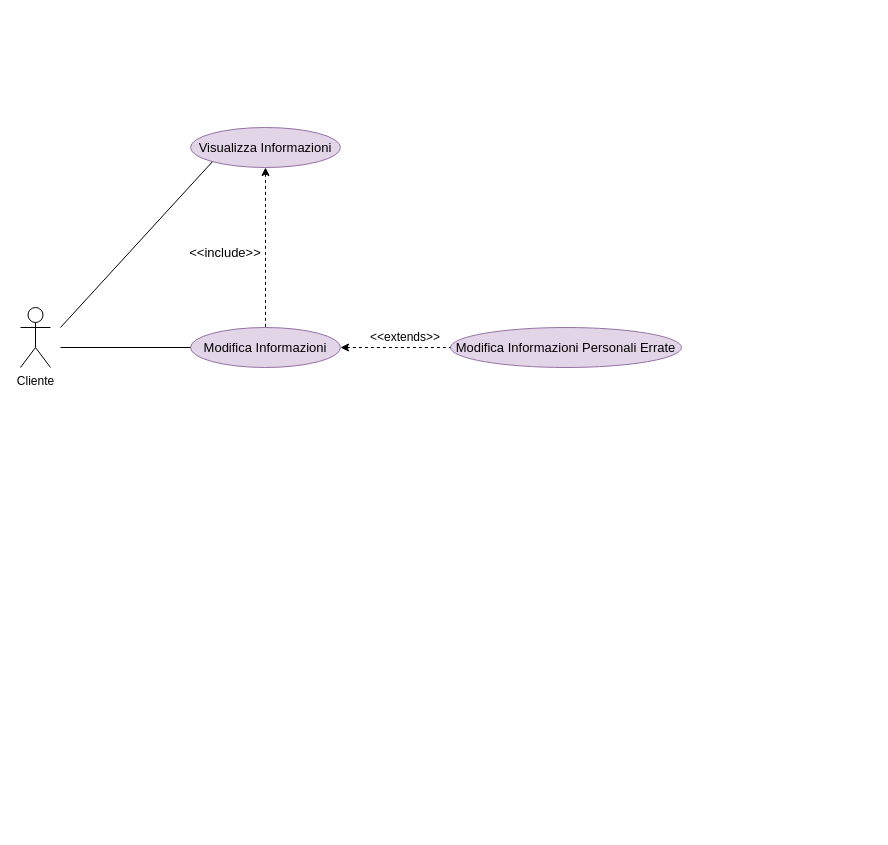
Above: 2021-11-11/Schemi/Use Cases/Gestione Account.drawio in is-shodan-20-21/docs (draw.io), before the change. Source tidied: cells renumbered, new cells numbered last; positions are measured from the earlier drawing's top-left corner, leaving out a move shared by most shapes. Both pictures are drawn from the tidied source at 100%, with x=0, y=0 at pixel (20, 127).
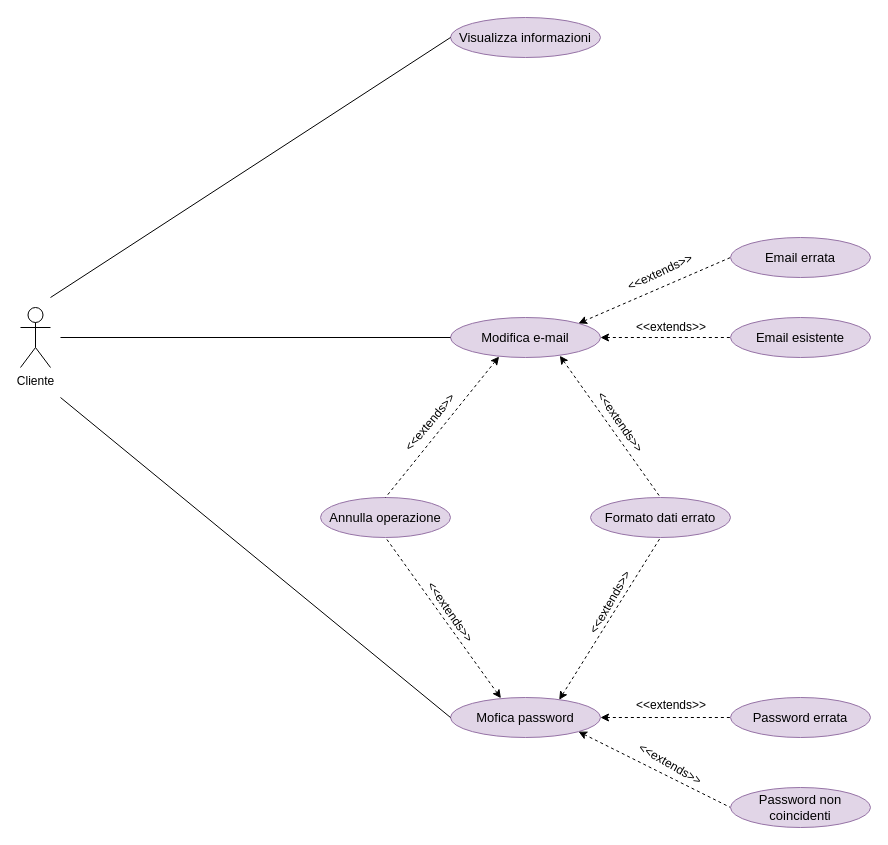
After the change.

Commit message (it also covers changes not shown here):
Fixed use case account management

Change to the diagram source:
```diff
@@
-    <mxCell id="3" value="&lt;font style=&quot;font-size: 13px&quot;&gt;Modifica Informazioni&lt;/font&gt;" style="ellipse;whiteSpace=wrap;html=1;fillColor=#e1d5e7;strokeColor=#9673a6;" parent="1" vertex="1">
-      <mxGeometry x="170" y="200" width="150" height="40" as="geometry" />
+    <mxCell id="3" value="&lt;font style=&quot;font-size: 13px&quot;&gt;Modifica e-mail&lt;/font&gt;" style="ellipse;whiteSpace=wrap;html=1;fillColor=#e1d5e7;strokeColor=#9673a6;" parent="1" vertex="1">
+      <mxGeometry x="430" y="190" width="150" height="40" as="geometry" />
     </mxCell>
-    <mxCell id="4" value="&lt;font style=&quot;font-size: 13px&quot;&gt;Visualizza Informazioni&lt;/font&gt;" style="ellipse;whiteSpace=wrap;html=1;fillColor=#e1d5e7;strokeColor=#9673a6;" parent="1" vertex="1">
-      <mxGeometry x="170" width="150" height="40" as="geometry" />
+    <mxCell id="4" value="&lt;font style=&quot;font-size: 13px&quot;&gt;Visualizza informazioni&lt;/font&gt;" style="ellipse;whiteSpace=wrap;html=1;fillColor=#e1d5e7;strokeColor=#9673a6;" parent="1" vertex="1">
+      <mxGeometry x="430" y="-110" width="150" height="40" as="geometry" />
     </mxCell>
     <mxCell id="5" style="endArrow=none;html=1;rounded=0;fontSize=9;entryX=0;entryY=0.5;entryDx=0;entryDy=0;" parent="1" edge="1" target="3">
       <mxGeometry relative="1" as="geometry">
-        <mxPoint x="40" y="220" as="sourcePoint" />
+        <mxPoint x="40" y="210" as="sourcePoint" />
       </mxGeometry>
     </mxCell>
-    <mxCell id="6" style="endArrow=none;html=1;rounded=0;fontSize=9;entryX=0;entryY=1;entryDx=0;entryDy=0;" parent="1" edge="1" target="4">
+    <mxCell id="6" style="endArrow=none;html=1;rounded=0;fontSize=9;entryX=0;entryY=0.5;entryDx=0;entryDy=0;" parent="1" edge="1" target="4">
       <mxGeometry relative="1" as="geometry">
-        <mxPoint x="40" y="200" as="sourcePoint" />
+        <mxPoint x="30" y="170" as="sourcePoint" />
       </mxGeometry>
     </mxCell>
-    <mxCell id="7" style="endArrow=none;dashed=1;html=1;rounded=0;fontSize=9;jumpStyle=none;startArrow=classic;startFill=1;exitX=0.5;exitY=1;exitDx=0;exitDy=0;" parent="1" edge="1" source="4" target="3">
-      <mxGeometry relative="1" as="geometry" />
-    </mxCell>
-    <mxCell id="8" value="&lt;font style=&quot;font-size: 13px&quot;&gt;Modifica Informazioni Personali Errate&lt;/font&gt;" style="ellipse;whiteSpace=wrap;html=1;fillColor=#e1d5e7;strokeColor=#9673a6;" parent="1" vertex="1">
-      <mxGeometry x="430" y="200" width="231" height="40" as="geometry" />
+    <mxCell id="8" value="&lt;font style=&quot;font-size: 13px&quot;&gt;Formato dati errato&lt;/font&gt;" style="ellipse;whiteSpace=wrap;html=1;fillColor=#e1d5e7;strokeColor=#9673a6;" parent="1" vertex="1">
+      <mxGeometry x="570" y="370" width="140" height="40" as="geometry" />
     </mxCell>
+    <mxCell id="12" value="&lt;font style=&quot;font-size: 13px&quot;&gt;Mofica password&lt;/font&gt;" style="ellipse;whiteSpace=wrap;html=1;fillColor=#e1d5e7;strokeColor=#9673a6;" parent="1" vertex="1">
+      <mxGeometry x="430" y="570" width="150" height="40" as="geometry" />
+    </mxCell>
+    <mxCell id="13" style="endArrow=none;html=1;rounded=0;fontSize=9;entryX=0;entryY=0.5;entryDx=0;entryDy=0;" parent="1" edge="1" target="12">
+      <mxGeometry relative="1" as="geometry">
+        <mxPoint x="40" y="270" as="sourcePoint" />
+      </mxGeometry>
+    </mxCell>
+    <mxCell id="14" style="endArrow=none;dashed=1;html=1;rounded=0;fontSize=9;jumpStyle=none;startArrow=classic;startFill=1;exitX=1;exitY=0.5;exitDx=0;exitDy=0;entryX=0;entryY=0.5;entryDx=0;entryDy=0;" parent="1" edge="1" source="3" target="15">
+      <mxGeometry relative="1" as="geometry" />
+    </mxCell>
+    <mxCell id="15" value="&lt;font style=&quot;font-size: 13px&quot;&gt;Email esistente&lt;/font&gt;" style="ellipse;whiteSpace=wrap;html=1;fillColor=#e1d5e7;strokeColor=#9673a6;" parent="1" vertex="1">
+      <mxGeometry x="710" y="190" width="140" height="40" as="geometry" />
+    </mxCell>
+    <mxCell id="16" value="&lt;font style=&quot;font-size: 13px&quot;&gt;Password errata&lt;/font&gt;" style="ellipse;whiteSpace=wrap;html=1;fillColor=#e1d5e7;strokeColor=#9673a6;" parent="1" vertex="1">
+      <mxGeometry x="710" y="570" width="140" height="40" as="geometry" />
+    </mxCell>
+    <mxCell id="17" style="endArrow=none;dashed=1;html=1;rounded=0;fontSize=9;jumpStyle=none;startArrow=classic;startFill=1;entryX=0;entryY=0.5;entryDx=0;entryDy=0;exitX=1;exitY=0.5;exitDx=0;exitDy=0;" parent="1" edge="1" source="12" target="16">
+      <mxGeometry relative="1" as="geometry" />
+    </mxCell>
+    <mxCell id="18" value="&lt;font style=&quot;font-size: 13px&quot;&gt;Annulla operazione&lt;/font&gt;" style="ellipse;whiteSpace=wrap;html=1;fillColor=#e1d5e7;strokeColor=#9673a6;" parent="1" vertex="1">
+      <mxGeometry x="300" y="370" width="130" height="40" as="geometry" />
+    </mxCell>
+    <mxCell id="19" style="endArrow=none;dashed=1;html=1;rounded=0;fontSize=9;jumpStyle=none;startArrow=classic;startFill=1;entryX=0;entryY=0.5;entryDx=0;entryDy=0;exitX=1;exitY=1;exitDx=0;exitDy=0;" parent="1" edge="1" source="12" target="20">
+      <mxGeometry relative="1" as="geometry" />
+    </mxCell>
+    <mxCell id="20" value="&lt;font style=&quot;font-size: 13px&quot;&gt;Password non coincidenti&lt;/font&gt;" style="ellipse;whiteSpace=wrap;html=1;fillColor=#e1d5e7;strokeColor=#9673a6;" parent="1" vertex="1">
+      <mxGeometry x="710" y="660" width="140" height="40" as="geometry" />
+    </mxCell>
+    <mxCell id="21" style="endArrow=none;dashed=1;html=1;rounded=0;fontSize=9;jumpStyle=none;startArrow=classic;startFill=1;exitX=1;exitY=0;exitDx=0;exitDy=0;entryX=0;entryY=0.5;entryDx=0;entryDy=0;" parent="1" edge="1" source="3" target="22">
+      <mxGeometry relative="1" as="geometry" />
+    </mxCell>
+    <mxCell id="22" value="&lt;font style=&quot;font-size: 13px&quot;&gt;Email errata&lt;/font&gt;" style="ellipse;whiteSpace=wrap;html=1;fillColor=#e1d5e7;strokeColor=#9673a6;" parent="1" vertex="1">
+      <mxGeometry x="710" y="110" width="140" height="40" as="geometry" />
+    </mxCell>
+    <mxCell id="23" value="&amp;lt;&amp;lt;extends&amp;gt;&amp;gt;" style="text;html=1;strokeColor=none;fillColor=none;align=center;verticalAlign=middle;whiteSpace=wrap;rounded=0;rotation=30;" parent="1" vertex="1">
+      <mxGeometry x="620" y="622" width="60" height="30" as="geometry" />
+    </mxCell>
+    <mxCell id="24" value="&amp;lt;&amp;lt;extends&amp;gt;&amp;gt;" style="text;html=1;strokeColor=none;fillColor=none;align=center;verticalAlign=middle;whiteSpace=wrap;rounded=0;rotation=0;" parent="1" vertex="1">
+      <mxGeometry x="621" y="185" width="60" height="30" as="geometry" />
+    </mxCell>
+    <mxCell id="25" value="&amp;lt;&amp;lt;extends&amp;gt;&amp;gt;" style="text;html=1;strokeColor=none;fillColor=none;align=center;verticalAlign=middle;whiteSpace=wrap;rounded=0;rotation=-25;" parent="1" vertex="1">
+      <mxGeometry x="610" y="130" width="60" height="30" as="geometry" />
+    </mxCell>
+    <mxCell id="26" value="&amp;lt;&amp;lt;extends&amp;gt;&amp;gt;" style="text;html=1;strokeColor=none;fillColor=none;align=center;verticalAlign=middle;whiteSpace=wrap;rounded=0;rotation=0;" parent="1" vertex="1">
+      <mxGeometry x="621" y="563" width="60" height="30" as="geometry" />
+    </mxCell>
+    <mxCell id="27" style="endArrow=none;dashed=1;html=1;rounded=0;fontSize=9;jumpStyle=none;startArrow=classic;startFill=1;entryX=0.5;entryY=1;entryDx=0;entryDy=0;exitX=0.336;exitY=0.017;exitDx=0;exitDy=0;exitPerimeter=0;" parent="1" edge="1" source="12" target="18">
+      <mxGeometry relative="1" as="geometry" />
+    </mxCell>
+    <mxCell id="28" style="endArrow=none;dashed=1;html=1;rounded=0;fontSize=9;jumpStyle=none;startArrow=classic;startFill=1;entryX=0.5;entryY=0;entryDx=0;entryDy=0;exitX=0.324;exitY=0.977;exitDx=0;exitDy=0;exitPerimeter=0;" parent="1" edge="1" source="3" target="18">
+      <mxGeometry relative="1" as="geometry" />
+    </mxCell>
-    <mxCell id="9" style="endArrow=none;dashed=1;html=1;rounded=0;fontSize=9;jumpStyle=none;startArrow=classic;startFill=1;entryX=0;entryY=0.5;entryDx=0;entryDy=0;exitX=1;exitY=0.5;exitDx=0;exitDy=0;" parent="1" edge="1" source="3" target="8">
+    <mxCell id="9" style="endArrow=none;dashed=1;html=1;rounded=0;fontSize=9;jumpStyle=none;startArrow=classic;startFill=1;entryX=0.5;entryY=0;entryDx=0;entryDy=0;exitX=0.729;exitY=0.957;exitDx=0;exitDy=0;exitPerimeter=0;" parent="1" edge="1" source="3" target="8">
       <mxGeometry relative="1" as="geometry" />
     </mxCell>
-    <mxCell id="10" value="&lt;font style=&quot;font-size: 13px&quot;&gt;&amp;lt;&amp;lt;include&amp;gt;&amp;gt;&lt;/font&gt;" style="text;html=1;strokeColor=none;fillColor=none;align=center;verticalAlign=middle;whiteSpace=wrap;rounded=0;fontSize=9;" parent="1" vertex="1">
-      <mxGeometry x="170" y="110" width="70" height="30" as="geometry" />
-    </mxCell>
-    <mxCell id="11" value="&lt;font style=&quot;font-size: 12px&quot;&gt;&amp;lt;&amp;lt;extends&amp;gt;&amp;gt;&lt;/font&gt;" style="text;html=1;strokeColor=none;fillColor=none;align=center;verticalAlign=middle;whiteSpace=wrap;rounded=0;fontSize=9;" parent="1" vertex="1">
-      <mxGeometry x="340" y="195" width="90" height="30" as="geometry" />
-    </mxCell>
+    <mxCell id="29" style="endArrow=none;dashed=1;html=1;rounded=0;fontSize=9;jumpStyle=none;startArrow=classic;startFill=1;entryX=0.5;entryY=1;entryDx=0;entryDy=0;exitX=0.725;exitY=0.057;exitDx=0;exitDy=0;exitPerimeter=0;" parent="1" edge="1" source="12" target="8">
+      <mxGeometry relative="1" as="geometry" />
+    </mxCell>
+    <mxCell id="30" value="&amp;lt;&amp;lt;extends&amp;gt;&amp;gt;" style="text;html=1;strokeColor=none;fillColor=none;align=center;verticalAlign=middle;whiteSpace=wrap;rounded=0;rotation=55;" parent="1" vertex="1">
+      <mxGeometry x="570" y="280" width="60" height="30" as="geometry" />
+    </mxCell>
+    <mxCell id="31" value="&amp;lt;&amp;lt;extends&amp;gt;&amp;gt;" style="text;html=1;strokeColor=none;fillColor=none;align=center;verticalAlign=middle;whiteSpace=wrap;rounded=0;rotation=55;" parent="1" vertex="1">
+      <mxGeometry x="400" y="470" width="60" height="30" as="geometry" />
+    </mxCell>
+    <mxCell id="32" value="&amp;lt;&amp;lt;extends&amp;gt;&amp;gt;" style="text;html=1;strokeColor=none;fillColor=none;align=center;verticalAlign=middle;whiteSpace=wrap;rounded=0;rotation=-50;" parent="1" vertex="1">
+      <mxGeometry x="380" y="280" width="60" height="30" as="geometry" />
+    </mxCell>
+    <mxCell id="33" value="&amp;lt;&amp;lt;extends&amp;gt;&amp;gt;" style="text;html=1;strokeColor=none;fillColor=none;align=center;verticalAlign=middle;whiteSpace=wrap;rounded=0;rotation=-60;" parent="1" vertex="1">
+      <mxGeometry x="560" y="460" width="60" height="30" as="geometry" />
+    </mxCell>
```
